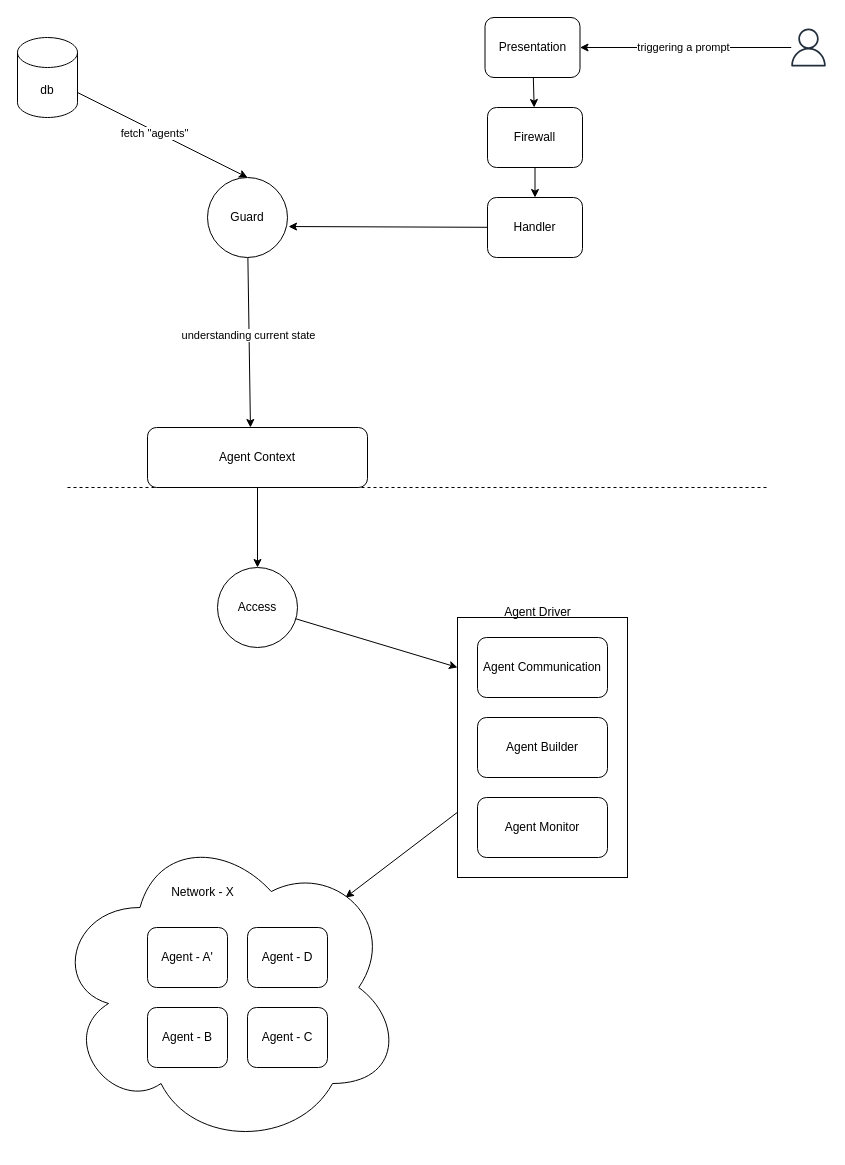
The draw.io diagram page "agent-initialization" (2 of 3) of architecture/drawio/life-cycle.drawio in jeff-nasseri/Thalamus, before the edit. Source tidied: cells renumbered, new cells numbered last; positions are measured from the earlier drawing's top-left corner, leaving out a move shared by most shapes. Both pictures are drawn from the tidied source at 100%, with x=0, y=0 at pixel (17, 17).
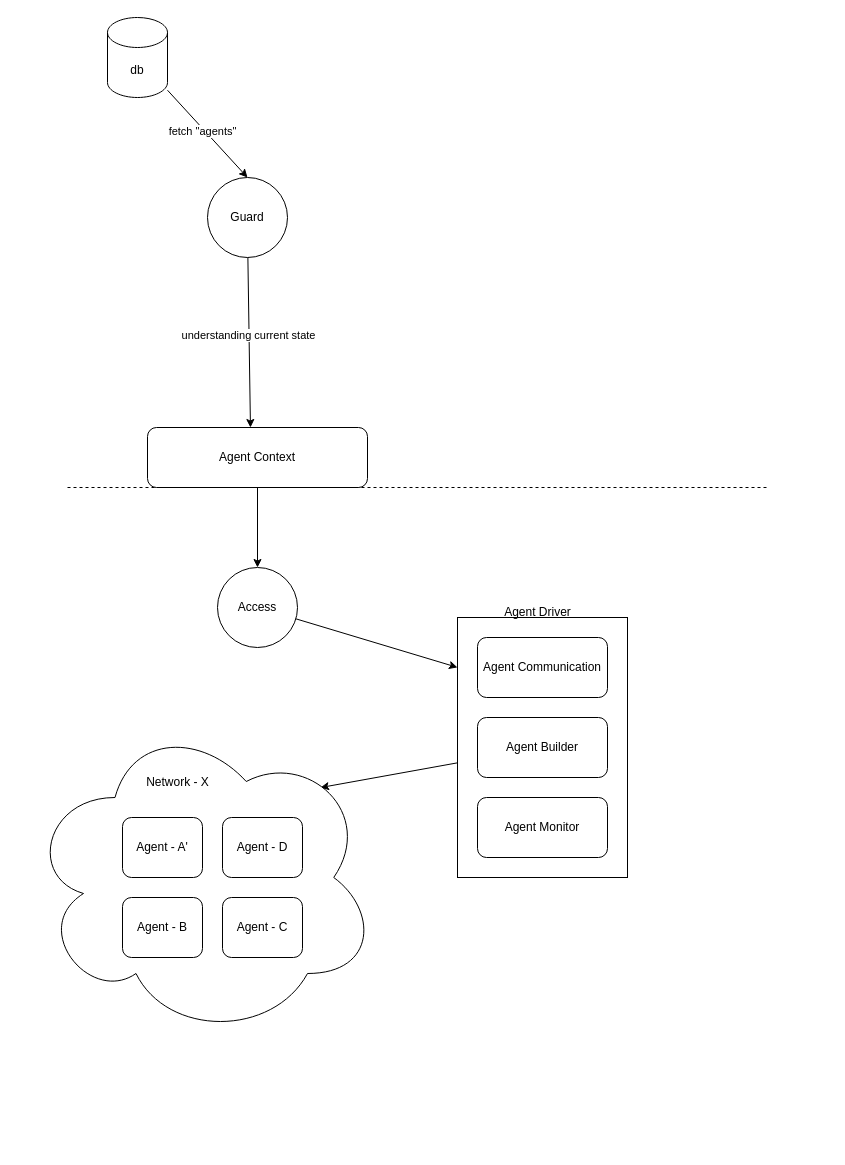
The same diagram, later.

Unchanged cells that the change refers to:
```xml
<mxCell id="5" value="Guard" style="ellipse;whiteSpace=wrap;html=1;" parent="1" vertex="1">
  <mxGeometry x="190" y="160" width="80" height="80" as="geometry" />
</mxCell>
```

Change to the diagram source:
```diff
@@
     <mxCell id="4" style="ellipse;shape=cloud;whiteSpace=wrap;html=1;" parent="1" vertex="1">
-      <mxGeometry x="35" y="810" width="350" height="320" as="geometry" />
+      <mxGeometry x="10" y="700" width="350" height="320" as="geometry" />
     </mxCell>
@@
     <mxCell id="8" value="db" style="shape=cylinder3;whiteSpace=wrap;html=1;boundedLbl=1;backgroundOutline=1;size=15;" parent="1" vertex="1">
-      <mxGeometry y="20" width="60" height="80" as="geometry" />
+      <mxGeometry x="90" width="60" height="80" as="geometry" />
     </mxCell>
@@
     <mxCell id="14" value="Agent - A'" style="rounded=1;whiteSpace=wrap;html=1;" parent="1" vertex="1">
-      <mxGeometry x="130" y="910" width="80" height="60" as="geometry" />
+      <mxGeometry x="105" y="800" width="80" height="60" as="geometry" />
     </mxCell>
     <mxCell id="15" value="Agent - B" style="rounded=1;whiteSpace=wrap;html=1;" parent="1" vertex="1">
-      <mxGeometry x="130" y="990" width="80" height="60" as="geometry" />
+      <mxGeometry x="105" y="880" width="80" height="60" as="geometry" />
     </mxCell>
     <mxCell id="16" value="Agent - C" style="rounded=1;whiteSpace=wrap;html=1;" parent="1" vertex="1">
-      <mxGeometry x="230" y="990" width="80" height="60" as="geometry" />
+      <mxGeometry x="205" y="880" width="80" height="60" as="geometry" />
     </mxCell>
     <mxCell id="17" value="Agent - D" style="rounded=1;whiteSpace=wrap;html=1;" parent="1" vertex="1">
-      <mxGeometry x="230" y="910" width="80" height="60" as="geometry" />
+      <mxGeometry x="205" y="800" width="80" height="60" as="geometry" />
     </mxCell>
     <mxCell id="18" value="Network - X" style="text;html=1;align=center;verticalAlign=middle;strokeColor=none;fillColor=none;" parent="1" vertex="1">
-      <mxGeometry x="140" y="860" width="90" height="30" as="geometry" />
+      <mxGeometry x="115" y="750" width="90" height="30" as="geometry" />
     </mxCell>
@@
-    <mxCell id="25" style="edgeStyle=none;html=1;entryX=1;entryY=0.5;entryDx=0;entryDy=0;" parent="1" edge="1" source="27" target="29">
-      <mxGeometry relative="1" as="geometry" />
-    </mxCell>
-    <mxCell id="26" value="triggering a prompt" style="edgeLabel;html=1;align=center;verticalAlign=middle;" parent="25" vertex="1">
-      <mxGeometry x="0.02" y="-1" relative="1" as="geometry" />
-    </mxCell>
-    <mxCell id="27" style="sketch=0;outlineConnect=0;fontColor=#232F3E;gradientColor=none;fillColor=#232F3D;strokeColor=none;dashed=0;verticalLabelPosition=bottom;verticalAlign=top;align=center;html=1;fontSize=12;fontStyle=0;shape=mxgraph.aws4.user;" parent="1" vertex="1">
-      <mxGeometry x="772" y="11" width="38" height="38" as="geometry" />
-    </mxCell>
-    <mxCell id="28" style="edgeStyle=none;html=1;" parent="1" edge="1" source="29" target="31">
-      <mxGeometry relative="1" as="geometry" />
-    </mxCell>
-    <mxCell id="29" value="Presentation" style="rounded=1;whiteSpace=wrap;html=1;" parent="1" vertex="1">
-      <mxGeometry x="467.5" width="95" height="60" as="geometry" />
-    </mxCell>
-    <mxCell id="30" style="edgeStyle=none;html=1;" parent="1" edge="1" source="31" target="32">
-      <mxGeometry relative="1" as="geometry" />
-    </mxCell>
-    <mxCell id="31" value="Firewall" style="rounded=1;whiteSpace=wrap;html=1;" parent="1" vertex="1">
-      <mxGeometry x="470" y="90" width="95" height="60" as="geometry" />
-    </mxCell>
-    <mxCell id="32" value="Handler" style="rounded=1;whiteSpace=wrap;html=1;" parent="1" vertex="1">
-      <mxGeometry x="470" y="180" width="95" height="60" as="geometry" />
-    </mxCell>
-    <mxCell id="33" style="edgeStyle=none;html=1;entryX=1.013;entryY=0.613;entryDx=0;entryDy=0;entryPerimeter=0;" parent="1" edge="1" source="32" target="5">
-      <mxGeometry relative="1" as="geometry" />
-    </mxCell>
```
